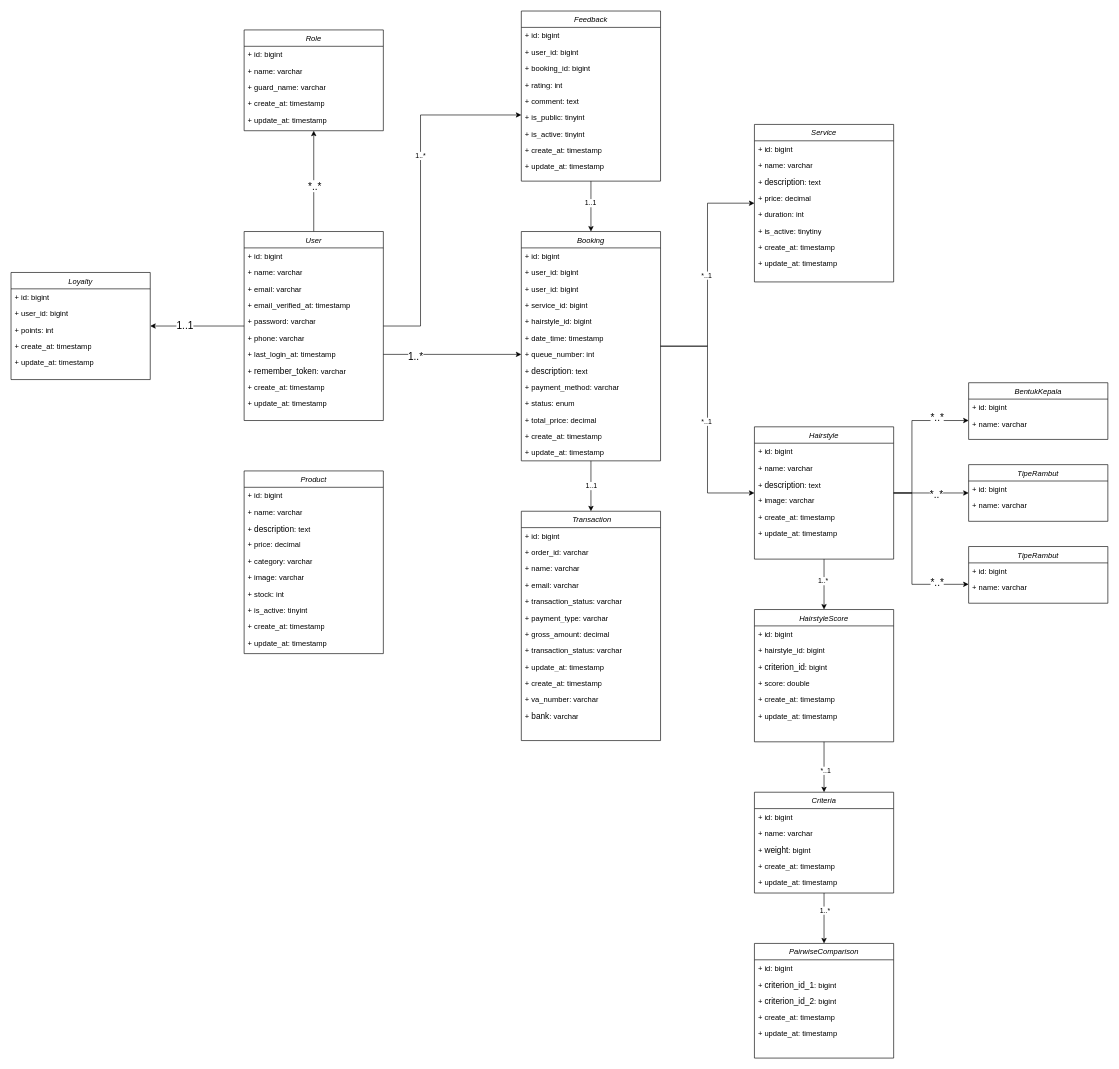
The draw.io diagram Class Diagram.drawio in agungwahyu14/WoxBarbershop, before the edit. Source tidied: cells renumbered, new cells numbered last; positions are measured from the earlier drawing's top-left corner, leaving out a move shared by most shapes. Both pictures are drawn from the tidied source at 63%, with x=0, y=0 at pixel (11, 11).
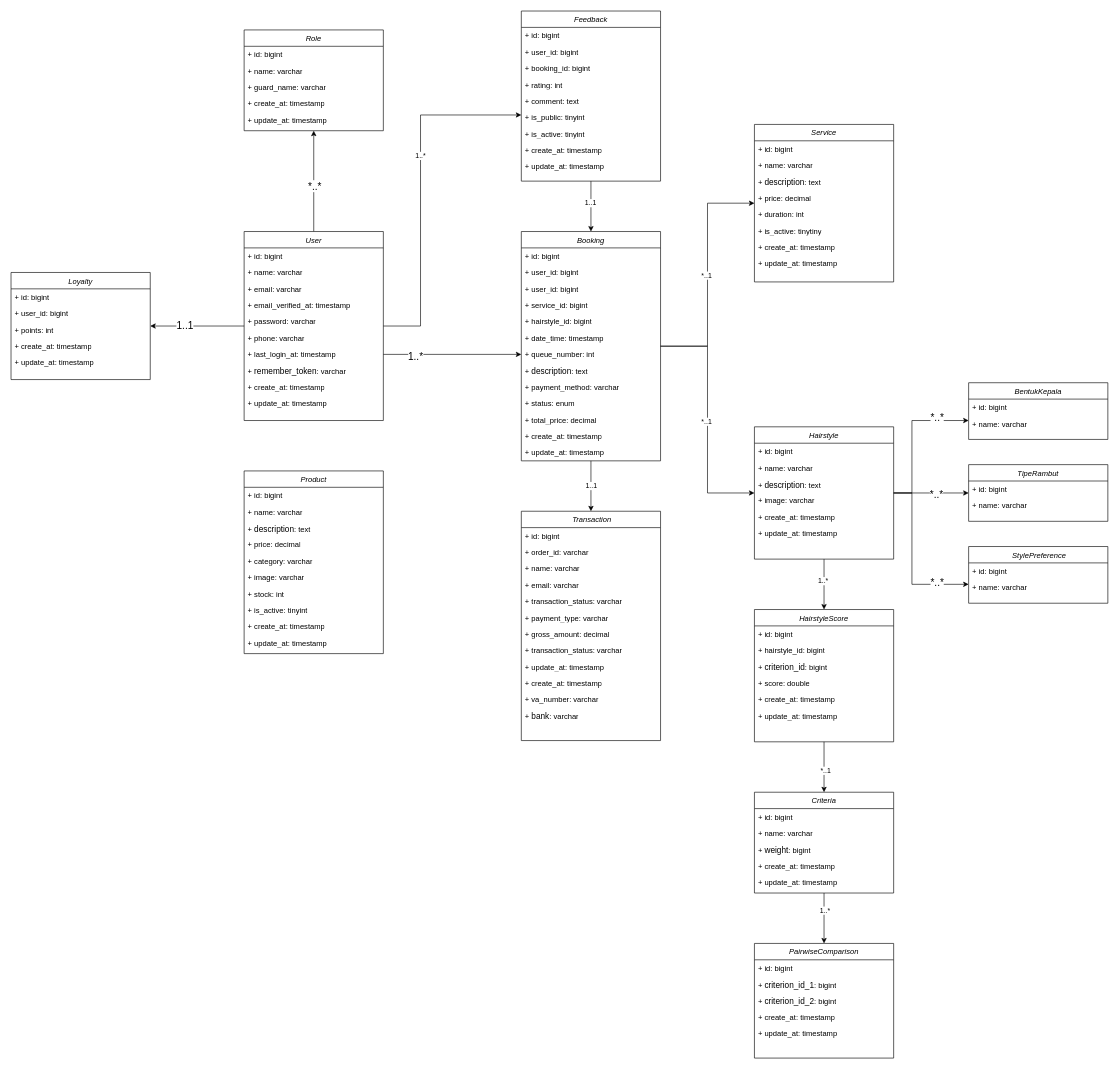
After the change.

Diff of the diagram source:
```diff
@@
-    <mxCell id="91" value="TipeRambut" style="swimlane;fontStyle=2;align=center;verticalAlign=top;horizontal=1;startSize=26;rounded=0;shadow=0;strokeWidth=1;labelBackgroundColor=default;" parent="1" vertex="1">
+    <mxCell id="91" value=" StylePreference" style="swimlane;fontStyle=2;align=center;verticalAlign=top;horizontal=1;startSize=26;rounded=0;shadow=0;strokeWidth=1;labelBackgroundColor=default;" parent="1" vertex="1">
       <mxGeometry x="1520" y="850" width="221" height="90" as="geometry" />
     </mxCell>
```
